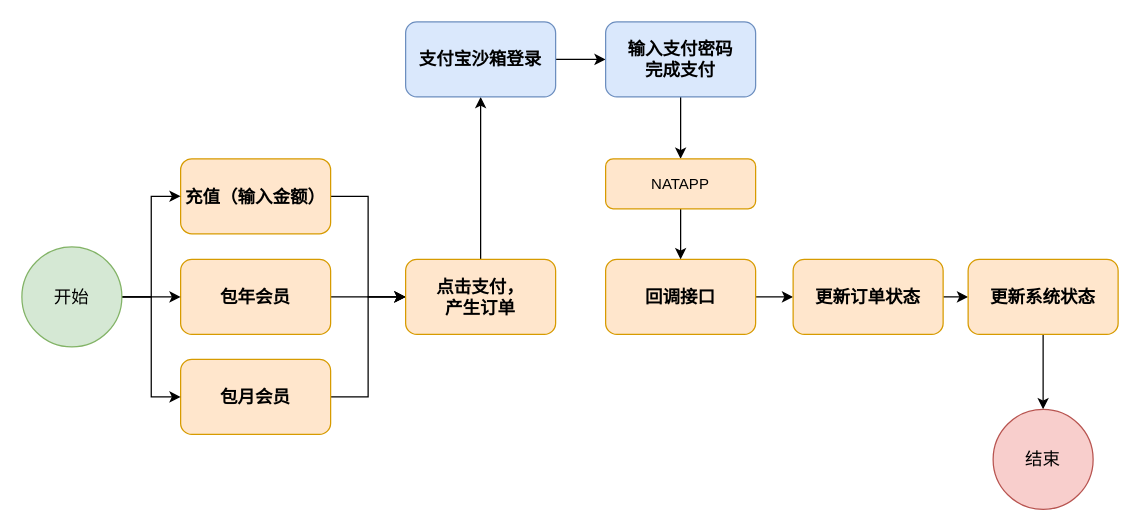
Above: SPARK/15扶农商城.drawio in redcomet88/DRAW (draw.io), before the change. Source tidied: cells renumbered, new cells numbered last; positions are measured from the earlier drawing's top-left corner, leaving out a move shared by most shapes. Both pictures are drawn from the tidied source at 125%, with x=0, y=0 at pixel (21, 21).
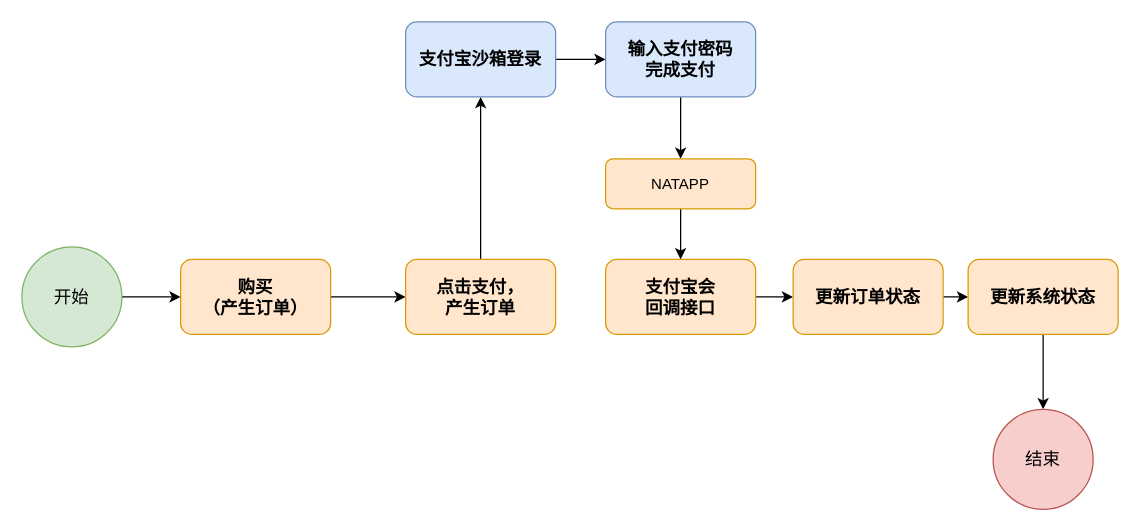
After the change.

Commit message (it also covers changes not shown here):
更新15扶农商城.drawio

The change refers to these unchanged cells:
```xml
<mxCell id="9" value="点击支付，&lt;br&gt;产生订单" style="rounded=1;whiteSpace=wrap;html=1;fontStyle=1;fontSize=14;fillColor=#ffe6cc;strokeColor=#d79b00;" parent="1" vertex="1">
  <mxGeometry x="307" y="190" width="120" height="60" as="geometry" />
</mxCell>
<mxCell id="23" value="开始" style="ellipse;whiteSpace=wrap;html=1;fontSize=14;fillColor=#d5e8d4;strokeColor=#82b366;" parent="1" vertex="1">
  <mxGeometry y="180" width="80" height="80" as="geometry" />
</mxCell>
```

Diff of the diagram source:
```diff
@@
-    <mxCell id="2" style="edgeStyle=orthogonalEdgeStyle;rounded=0;jettySize=auto;html=1;exitX=1;exitY=0.5;exitDx=0;exitDy=0;entryX=0;entryY=0.5;entryDx=0;entryDy=0;fontSize=14;" parent="1" edge="1" source="3" target="9">
-      <mxGeometry relative="1" as="geometry" />
-    </mxCell>
-    <mxCell id="3" value="充值（输入金额）" style="rounded=1;whiteSpace=wrap;html=1;fontStyle=1;fontSize=14;fillColor=#ffe6cc;strokeColor=#d79b00;" parent="1" vertex="1">
-      <mxGeometry x="127" y="109.5" width="120" height="60" as="geometry" />
-    </mxCell>
@@
-    <mxCell id="5" value="包年会员" style="rounded=1;whiteSpace=wrap;html=1;fontStyle=1;fontSize=14;fillColor=#ffe6cc;strokeColor=#d79b00;" parent="1" vertex="1">
+    <mxCell id="5" value="购买&lt;br&gt;（产生订单）" style="rounded=1;whiteSpace=wrap;html=1;fontStyle=1;fontSize=14;fillColor=#ffe6cc;strokeColor=#d79b00;" parent="1" vertex="1">
       <mxGeometry x="127" y="190" width="120" height="60" as="geometry" />
     </mxCell>
-    <mxCell id="6" style="edgeStyle=orthogonalEdgeStyle;rounded=0;jettySize=auto;html=1;exitX=1;exitY=0.5;exitDx=0;exitDy=0;entryX=0;entryY=0.5;entryDx=0;entryDy=0;fontSize=14;" parent="1" edge="1" source="7" target="9">
-      <mxGeometry relative="1" as="geometry" />
-    </mxCell>
-    <mxCell id="7" value="包月会员" style="rounded=1;whiteSpace=wrap;html=1;fontStyle=1;fontSize=14;fillColor=#ffe6cc;strokeColor=#d79b00;" parent="1" vertex="1">
-      <mxGeometry x="127" y="270" width="120" height="60" as="geometry" />
-    </mxCell>
@@
-    <mxCell id="15" value="回调接口" style="rounded=1;whiteSpace=wrap;html=1;fontStyle=1;fontSize=14;fillColor=#ffe6cc;strokeColor=#d79b00;" parent="1" vertex="1">
+    <mxCell id="15" value="支付宝会&lt;br&gt;回调接口" style="rounded=1;whiteSpace=wrap;html=1;fontStyle=1;fontSize=14;fillColor=#ffe6cc;strokeColor=#d79b00;" parent="1" vertex="1">
       <mxGeometry x="467" y="190" width="120" height="60" as="geometry" />
     </mxCell>
@@
-    <mxCell id="21" style="edgeStyle=orthogonalEdgeStyle;rounded=0;jettySize=auto;html=1;exitX=1;exitY=0.5;exitDx=0;exitDy=0;entryX=0;entryY=0.5;entryDx=0;entryDy=0;fontSize=14;" parent="1" edge="1" source="23" target="3">
-      <mxGeometry relative="1" as="geometry" />
-    </mxCell>
-    <mxCell id="22" style="edgeStyle=orthogonalEdgeStyle;rounded=0;jettySize=auto;html=1;exitX=1;exitY=0.5;exitDx=0;exitDy=0;entryX=0;entryY=0.5;entryDx=0;entryDy=0;fontSize=14;" parent="1" edge="1" source="23" target="7">
-      <mxGeometry relative="1" as="geometry" />
-    </mxCell>
```
